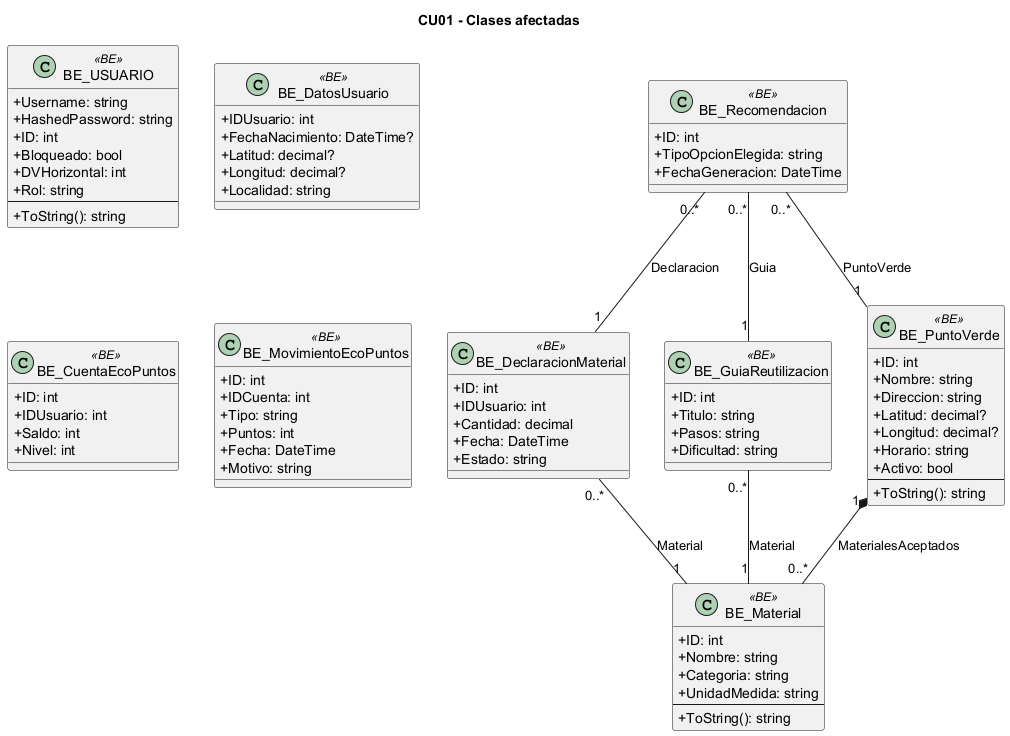
Earlier version of the PlantUML export docs/diagramas/uml_png/cu__CU01_clases.png (L-Muniz/uai-diploma_2026).
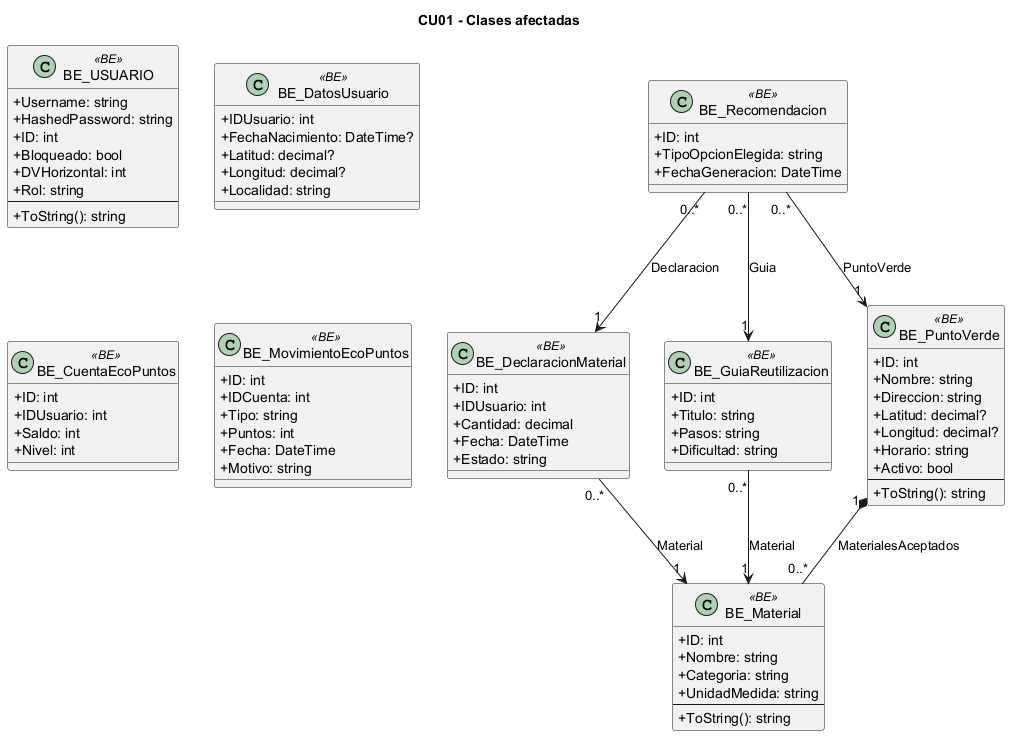
Later version of the same file.

The edit, as a diff of the source:
```diff
@@ -69,10 +69,10 @@
   +Fecha: DateTime
   +Motivo: string
 }
-BE_DeclaracionMaterial "0..*" -- "1" BE_Material : Material
-BE_Recomendacion "0..*" -- "1" BE_DeclaracionMaterial : Declaracion
-BE_Recomendacion "0..*" -- "1" BE_GuiaReutilizacion : Guia
-BE_Recomendacion "0..*" -- "1" BE_PuntoVerde : PuntoVerde
-BE_GuiaReutilizacion "0..*" -- "1" BE_Material : Material
+BE_DeclaracionMaterial "0..*" --> "1" BE_Material : Material
+BE_Recomendacion "0..*" --> "1" BE_DeclaracionMaterial : Declaracion
+BE_Recomendacion "0..*" --> "1" BE_GuiaReutilizacion : Guia
+BE_Recomendacion "0..*" --> "1" BE_PuntoVerde : PuntoVerde
+BE_GuiaReutilizacion "0..*" --> "1" BE_Material : Material
 BE_PuntoVerde "1" *-- "0..*" BE_Material : MaterialesAceptados
 @enduml
```
